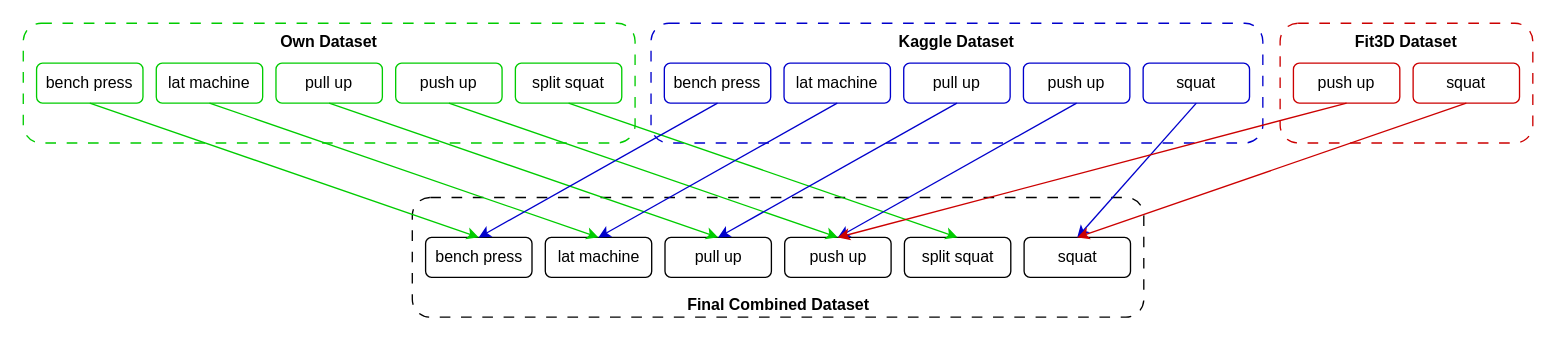
Before: assets/datasets.drawio in hannesvgel/gym_tracking, a draw.io diagram. Source tidied: cells renumbered, new cells numbered last; positions are measured from the earlier drawing's top-left corner, leaving out a move shared by most shapes. Both pictures are drawn from the tidied source at 133%, with x=0, y=0 at pixel (23, 23).
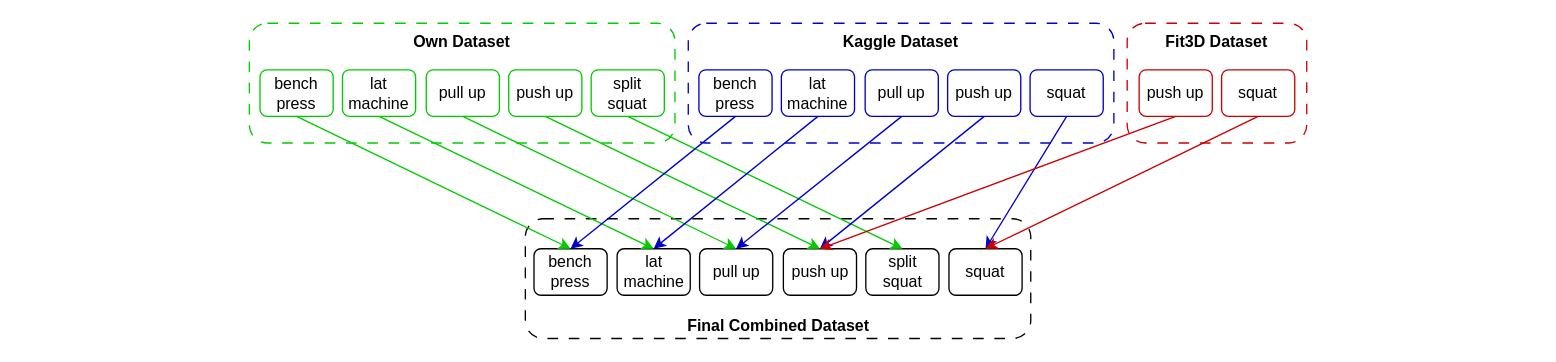
After the change.

The edit, as a diff of the source:
```diff
@@
-    <mxCell id="2" style="group;" parent="1" vertex="1">
-      <mxGeometry x="292.5" y="131" width="550" height="90" as="geometry" />
-    </mxCell>
+    <mxCell id="37" style="group;" parent="1" vertex="1">
+      <mxGeometry x="170" width="795" height="237" as="geometry" />
+    </mxCell>
+    <mxCell id="38" style="group;" parent="37" vertex="1">
+      <mxGeometry x="207.5" y="147" width="380" height="90" as="geometry" />
+    </mxCell>
-    <mxCell id="3" value="&lt;b&gt;Final Combined Dataset&lt;/b&gt;" style="rounded=1;whiteSpace=wrap;html=1;verticalAlign=bottom;dashed=1;dashPattern=8 8;" parent="2" vertex="1">
-      <mxGeometry width="550" height="90" as="geometry" />
+    <mxCell id="3" value="&lt;b&gt;Final Combined Dataset&lt;/b&gt;" style="rounded=1;whiteSpace=wrap;html=1;verticalAlign=bottom;dashed=1;dashPattern=8 8;fillColor=none;" parent="38" vertex="1">
+      <mxGeometry width="380" height="90" as="geometry" />
     </mxCell>
+    <mxCell id="39" style="group;" parent="38" vertex="1">
+      <mxGeometry x="6.5" y="22.5" width="367" height="35" as="geometry" />
+    </mxCell>
-    <mxCell id="4" value="push up" style="rounded=1;whiteSpace=wrap;html=1;" parent="2" vertex="1">
-      <mxGeometry x="280" y="30" width="80" height="30" as="geometry" />
+    <mxCell id="4" value="push up" style="rounded=1;whiteSpace=wrap;html=1;fillColor=none;" parent="39" vertex="1">
+      <mxGeometry x="187.5" width="55" height="35" as="geometry" />
     </mxCell>
-    <mxCell id="5" value="pull up" style="rounded=1;whiteSpace=wrap;html=1;" parent="2" vertex="1">
-      <mxGeometry x="190" y="30" width="80" height="30" as="geometry" />
+    <mxCell id="5" value="pull up" style="rounded=1;whiteSpace=wrap;html=1;fillColor=none;" parent="39" vertex="1">
+      <mxGeometry x="124.5" width="55" height="35" as="geometry" />
     </mxCell>
-    <mxCell id="6" value="bench press" style="rounded=1;whiteSpace=wrap;html=1;" parent="2" vertex="1">
-      <mxGeometry x="10" y="30" width="80" height="30" as="geometry" />
+    <mxCell id="6" value="bench press" style="rounded=1;whiteSpace=wrap;html=1;fillColor=none;" parent="39" vertex="1">
+      <mxGeometry width="55" height="35" as="geometry" />
     </mxCell>
-    <mxCell id="7" value="lat machine" style="rounded=1;whiteSpace=wrap;html=1;" parent="2" vertex="1">
-      <mxGeometry x="100" y="30" width="80" height="30" as="geometry" />
+    <mxCell id="7" value="lat machine" style="rounded=1;whiteSpace=wrap;html=1;fillColor=none;" parent="39" vertex="1">
+      <mxGeometry x="62.5" width="55" height="35" as="geometry" />
     </mxCell>
-    <mxCell id="8" value="squat" style="rounded=1;whiteSpace=wrap;html=1;" parent="2" vertex="1">
-      <mxGeometry x="460" y="30" width="80" height="30" as="geometry" />
+    <mxCell id="8" value="squat" style="rounded=1;whiteSpace=wrap;html=1;fillColor=none;" parent="39" vertex="1">
+      <mxGeometry x="312" width="55" height="35" as="geometry" />
     </mxCell>
-    <mxCell id="9" value="split squat" style="rounded=1;whiteSpace=wrap;html=1;" parent="2" vertex="1">
-      <mxGeometry x="370" y="30" width="80" height="30" as="geometry" />
+    <mxCell id="9" value="split squat" style="rounded=1;whiteSpace=wrap;html=1;fillColor=none;" parent="39" vertex="1">
+      <mxGeometry x="249.5" width="55" height="35" as="geometry" />
     </mxCell>
+    <mxCell id="40" style="group;" parent="37" vertex="1">
+      <mxGeometry width="795" height="90" as="geometry" />
+    </mxCell>
+    <mxCell id="16" value="&lt;b&gt;Fit3D Dataset&lt;/b&gt;" style="rounded=1;whiteSpace=wrap;html=1;verticalAlign=top;dashed=1;dashPattern=8 8;strokeColor=#CC0000;fillColor=none;" parent="40" vertex="1">
+      <mxGeometry x="660" width="135" height="90" as="geometry" />
+    </mxCell>
+    <mxCell id="41" style="group;" parent="40" vertex="1">
+      <mxGeometry x="669" y="35" width="117" height="35" as="geometry" />
+    </mxCell>
+    <mxCell id="17" value="push up" style="rounded=1;whiteSpace=wrap;html=1;strokeColor=#CC0000;fillColor=none;" parent="41" vertex="1">
+      <mxGeometry width="55" height="35" as="geometry" />
+    </mxCell>
+    <mxCell id="18" value="squat" style="rounded=1;whiteSpace=wrap;html=1;strokeColor=#CC0000;fillColor=none;" parent="41" vertex="1">
+      <mxGeometry x="62" width="55" height="35" as="geometry" />
+    </mxCell>
-    <mxCell id="10" value="&lt;b&gt;Kaggle Dataset&lt;/b&gt;" style="rounded=1;whiteSpace=wrap;html=1;verticalAlign=top;dashed=1;dashPattern=8 8;strokeColor=#0000CC;" parent="1" vertex="1">
-      <mxGeometry x="472" width="460" height="90" as="geometry" />
+    <mxCell id="10" value="&lt;b&gt;Kaggle Dataset&lt;/b&gt;" style="rounded=1;whiteSpace=wrap;html=1;verticalAlign=top;dashed=1;dashPattern=8 8;strokeColor=#0000CC;fillColor=none;" parent="40" vertex="1">
+      <mxGeometry x="330" width="320" height="90" as="geometry" />
     </mxCell>
+    <mxCell id="42" style="group;" parent="40" vertex="1">
+      <mxGeometry x="338" y="35" width="304" height="35" as="geometry" />
+    </mxCell>
-    <mxCell id="11" value="push up" style="rounded=1;whiteSpace=wrap;html=1;strokeColor=#0000CC;" parent="1" vertex="1">
-      <mxGeometry x="752" y="30" width="80" height="30" as="geometry" />
+    <mxCell id="11" value="push up" style="rounded=1;whiteSpace=wrap;html=1;strokeColor=#0000CC;fillColor=none;" parent="42" vertex="1">
+      <mxGeometry x="187" width="55" height="35" as="geometry" />
     </mxCell>
-    <mxCell id="12" value="pull up" style="rounded=1;whiteSpace=wrap;html=1;strokeColor=#0000CC;" parent="1" vertex="1">
-      <mxGeometry x="662" y="30" width="80" height="30" as="geometry" />
+    <mxCell id="12" value="pull up" style="rounded=1;whiteSpace=wrap;html=1;strokeColor=#0000CC;fillColor=none;" parent="42" vertex="1">
+      <mxGeometry x="125" width="55" height="35" as="geometry" />
     </mxCell>
-    <mxCell id="13" value="bench press" style="rounded=1;whiteSpace=wrap;html=1;strokeColor=#0000CC;" parent="1" vertex="1">
-      <mxGeometry x="482" y="30" width="80" height="30" as="geometry" />
+    <mxCell id="13" value="bench press" style="rounded=1;whiteSpace=wrap;html=1;strokeColor=#0000CC;fillColor=none;" parent="42" vertex="1">
+      <mxGeometry width="55" height="35" as="geometry" />
     </mxCell>
-    <mxCell id="14" value="lat machine" style="rounded=1;whiteSpace=wrap;html=1;strokeColor=#0000CC;" parent="1" vertex="1">
-      <mxGeometry x="572" y="30" width="80" height="30" as="geometry" />
+    <mxCell id="14" value="lat machine" style="rounded=1;whiteSpace=wrap;html=1;strokeColor=#0000CC;fillColor=none;" parent="42" vertex="1">
+      <mxGeometry x="62" width="55" height="35" as="geometry" />
     </mxCell>
-    <mxCell id="15" value="squat" style="rounded=1;whiteSpace=wrap;html=1;strokeColor=#0000CC;" parent="1" vertex="1">
-      <mxGeometry x="842" y="30" width="80" height="30" as="geometry" />
+    <mxCell id="15" value="squat" style="rounded=1;whiteSpace=wrap;html=1;strokeColor=#0000CC;fillColor=none;" parent="42" vertex="1">
+      <mxGeometry x="249" width="55" height="35" as="geometry" />
     </mxCell>
-    <mxCell id="16" value="&lt;b&gt;Fit3D Dataset&lt;/b&gt;" style="rounded=1;whiteSpace=wrap;html=1;verticalAlign=top;dashed=1;dashPattern=8 8;strokeColor=#CC0000;" parent="1" vertex="1">
-      <mxGeometry x="945" width="190" height="90" as="geometry" />
-    </mxCell>
-    <mxCell id="17" value="push up" style="rounded=1;whiteSpace=wrap;html=1;strokeColor=#CC0000;" parent="1" vertex="1">
-      <mxGeometry x="955" y="30" width="80" height="30" as="geometry" />
-    </mxCell>
-    <mxCell id="18" value="squat" style="rounded=1;whiteSpace=wrap;html=1;strokeColor=#CC0000;" parent="1" vertex="1">
-      <mxGeometry x="1045" y="30" width="80" height="30" as="geometry" />
-    </mxCell>
-    <mxCell id="19" value="&lt;b&gt;Own Dataset&lt;/b&gt;" style="rounded=1;whiteSpace=wrap;html=1;verticalAlign=top;dashed=1;dashPattern=8 8;strokeColor=#00CC00;" parent="1" vertex="1">
-      <mxGeometry width="460" height="90" as="geometry" />
+    <mxCell id="19" value="&lt;b&gt;Own Dataset&lt;/b&gt;" style="rounded=1;whiteSpace=wrap;html=1;verticalAlign=top;dashed=1;dashPattern=8 8;strokeColor=#00CC00;fillColor=none;" parent="40" vertex="1">
+      <mxGeometry width="320" height="90" as="geometry" />
     </mxCell>
+    <mxCell id="43" style="group;fillColor=none;" parent="40" vertex="1">
+      <mxGeometry x="8" y="35" width="304" height="35" as="geometry" />
+    </mxCell>
-    <mxCell id="20" value="push up" style="rounded=1;whiteSpace=wrap;html=1;strokeColor=#00CC00;" parent="1" vertex="1">
-      <mxGeometry x="280" y="30" width="80" height="30" as="geometry" />
+    <mxCell id="20" value="push up" style="rounded=1;whiteSpace=wrap;html=1;strokeColor=#00CC00;fillColor=none;" parent="43" vertex="1">
+      <mxGeometry x="187" width="55" height="35" as="geometry" />
     </mxCell>
-    <mxCell id="21" value="pull up" style="rounded=1;whiteSpace=wrap;html=1;strokeColor=#00CC00;" parent="1" vertex="1">
-      <mxGeometry x="190" y="30" width="80" height="30" as="geometry" />
+    <mxCell id="21" value="pull up" style="rounded=1;whiteSpace=wrap;html=1;strokeColor=#00CC00;fillColor=none;" parent="43" vertex="1">
+      <mxGeometry x="125" width="55" height="35" as="geometry" />
     </mxCell>
-    <mxCell id="22" value="bench press" style="rounded=1;whiteSpace=wrap;html=1;strokeColor=#00CC00;" parent="1" vertex="1">
-      <mxGeometry x="10" y="30" width="80" height="30" as="geometry" />
+    <mxCell id="22" value="bench press" style="rounded=1;whiteSpace=wrap;html=1;strokeColor=#00CC00;fillColor=none;" parent="43" vertex="1">
+      <mxGeometry width="55" height="35" as="geometry" />
     </mxCell>
-    <mxCell id="23" value="lat machine" style="rounded=1;whiteSpace=wrap;html=1;strokeColor=#00CC00;" parent="1" vertex="1">
-      <mxGeometry x="100" y="30" width="80" height="30" as="geometry" />
+    <mxCell id="23" value="lat machine" style="rounded=1;whiteSpace=wrap;html=1;strokeColor=#00CC00;fillColor=none;" parent="43" vertex="1">
+      <mxGeometry x="62" width="55" height="35" as="geometry" />
     </mxCell>
-    <mxCell id="24" value="split squat" style="rounded=1;whiteSpace=wrap;html=1;strokeColor=#00CC00;" parent="1" vertex="1">
-      <mxGeometry x="370" y="30" width="80" height="30" as="geometry" />
+    <mxCell id="24" value="split squat" style="rounded=1;whiteSpace=wrap;html=1;strokeColor=#00CC00;fillColor=none;" parent="43" vertex="1">
+      <mxGeometry x="249" width="55" height="35" as="geometry" />
     </mxCell>
-    <mxCell id="25" style="html=1;exitX=0.5;exitY=1;exitDx=0;exitDy=0;entryX=0.5;entryY=0;entryDx=0;entryDy=0;strokeColor=#00CC00;" parent="1" edge="1" source="22" target="6">
+    <mxCell id="25" style="html=1;exitX=0.5;exitY=1;exitDx=0;exitDy=0;entryX=0.5;entryY=0;entryDx=0;entryDy=0;strokeColor=#00CC00;" parent="37" edge="1" source="22" target="6">
       <mxGeometry relative="1" as="geometry" />
     </mxCell>
-    <mxCell id="26" style="html=1;exitX=0.5;exitY=1;exitDx=0;exitDy=0;entryX=0.5;entryY=0;entryDx=0;entryDy=0;strokeColor=#00CC00;" parent="1" edge="1" source="23" target="7">
+    <mxCell id="26" style="html=1;exitX=0.5;exitY=1;exitDx=0;exitDy=0;entryX=0.5;entryY=0;entryDx=0;entryDy=0;strokeColor=#00CC00;" parent="37" edge="1" source="23" target="7">
       <mxGeometry relative="1" as="geometry" />
     </mxCell>
-    <mxCell id="27" style="html=1;exitX=0.5;exitY=1;exitDx=0;exitDy=0;entryX=0.5;entryY=0;entryDx=0;entryDy=0;strokeColor=#00CC00;" parent="1" edge="1" source="21" target="5">
+    <mxCell id="27" style="html=1;exitX=0.5;exitY=1;exitDx=0;exitDy=0;entryX=0.5;entryY=0;entryDx=0;entryDy=0;strokeColor=#00CC00;" parent="37" edge="1" source="21" target="5">
       <mxGeometry relative="1" as="geometry" />
     </mxCell>
-    <mxCell id="28" style="html=1;exitX=0.5;exitY=1;exitDx=0;exitDy=0;entryX=0.5;entryY=0;entryDx=0;entryDy=0;strokeColor=#00CC00;" parent="1" edge="1" source="20" target="4">
+    <mxCell id="28" style="html=1;exitX=0.5;exitY=1;exitDx=0;exitDy=0;entryX=0.5;entryY=0;entryDx=0;entryDy=0;strokeColor=#00CC00;" parent="37" edge="1" source="20" target="4">
       <mxGeometry relative="1" as="geometry" />
     </mxCell>
-    <mxCell id="29" style="html=1;exitX=0.5;exitY=1;exitDx=0;exitDy=0;entryX=0.5;entryY=0;entryDx=0;entryDy=0;strokeColor=#00CC00;" parent="1" edge="1" source="24" target="9">
+    <mxCell id="29" style="html=1;exitX=0.5;exitY=1;exitDx=0;exitDy=0;entryX=0.5;entryY=0;entryDx=0;entryDy=0;strokeColor=#00CC00;" parent="37" edge="1" source="24" target="9">
       <mxGeometry relative="1" as="geometry" />
     </mxCell>
-    <mxCell id="30" style="html=1;exitX=0.5;exitY=1;exitDx=0;exitDy=0;entryX=0.5;entryY=0;entryDx=0;entryDy=0;strokeColor=#0000CC;" parent="1" edge="1" source="13" target="6">
+    <mxCell id="30" style="html=1;exitX=0.5;exitY=1;exitDx=0;exitDy=0;entryX=0.5;entryY=0;entryDx=0;entryDy=0;strokeColor=#0000CC;" parent="37" edge="1" source="13" target="6">
       <mxGeometry relative="1" as="geometry" />
     </mxCell>
-    <mxCell id="31" style="html=1;exitX=0.5;exitY=1;exitDx=0;exitDy=0;entryX=0.5;entryY=0;entryDx=0;entryDy=0;strokeColor=#0000CC;" parent="1" edge="1" source="14" target="7">
+    <mxCell id="31" style="html=1;exitX=0.5;exitY=1;exitDx=0;exitDy=0;entryX=0.5;entryY=0;entryDx=0;entryDy=0;strokeColor=#0000CC;" parent="37" edge="1" source="14" target="7">
       <mxGeometry relative="1" as="geometry" />
     </mxCell>
-    <mxCell id="32" style="html=1;exitX=0.5;exitY=1;exitDx=0;exitDy=0;entryX=0.5;entryY=0;entryDx=0;entryDy=0;strokeColor=#0000CC;" parent="1" edge="1" source="12" target="5">
+    <mxCell id="32" style="html=1;exitX=0.5;exitY=1;exitDx=0;exitDy=0;entryX=0.5;entryY=0;entryDx=0;entryDy=0;strokeColor=#0000CC;" parent="37" edge="1" source="12" target="5">
       <mxGeometry relative="1" as="geometry" />
     </mxCell>
-    <mxCell id="33" style="html=1;exitX=0.5;exitY=1;exitDx=0;exitDy=0;entryX=0.5;entryY=0;entryDx=0;entryDy=0;strokeColor=#0000CC;" parent="1" edge="1" source="11" target="4">
+    <mxCell id="33" style="html=1;exitX=0.5;exitY=1;exitDx=0;exitDy=0;entryX=0.5;entryY=0;entryDx=0;entryDy=0;strokeColor=#0000CC;" parent="37" edge="1" source="11" target="4">
       <mxGeometry relative="1" as="geometry" />
     </mxCell>
-    <mxCell id="34" style="html=1;exitX=0.5;exitY=1;exitDx=0;exitDy=0;entryX=0.5;entryY=0;entryDx=0;entryDy=0;strokeColor=#0000CC;" parent="1" edge="1" source="15" target="8">
+    <mxCell id="34" style="html=1;exitX=0.5;exitY=1;exitDx=0;exitDy=0;entryX=0.5;entryY=0;entryDx=0;entryDy=0;strokeColor=#0000CC;" parent="37" edge="1" source="15" target="8">
       <mxGeometry relative="1" as="geometry" />
     </mxCell>
-    <mxCell id="35" style="html=1;exitX=0.5;exitY=1;exitDx=0;exitDy=0;entryX=0.5;entryY=0;entryDx=0;entryDy=0;strokeColor=#CC0000;" parent="1" edge="1" source="17" target="4">
+    <mxCell id="35" style="html=1;exitX=0.5;exitY=1;exitDx=0;exitDy=0;entryX=0.5;entryY=0;entryDx=0;entryDy=0;strokeColor=#CC0000;" parent="37" edge="1" source="17" target="4">
       <mxGeometry relative="1" as="geometry" />
     </mxCell>
-    <mxCell id="36" style="html=1;exitX=0.5;exitY=1;exitDx=0;exitDy=0;entryX=0.5;entryY=0;entryDx=0;entryDy=0;strokeColor=#CC0000;" parent="1" edge="1" source="18" target="8">
+    <mxCell id="36" style="html=1;exitX=0.5;exitY=1;exitDx=0;exitDy=0;entryX=0.5;entryY=0;entryDx=0;entryDy=0;strokeColor=#CC0000;" parent="37" edge="1" source="18" target="8">
       <mxGeometry relative="1" as="geometry" />
     </mxCell>
```
